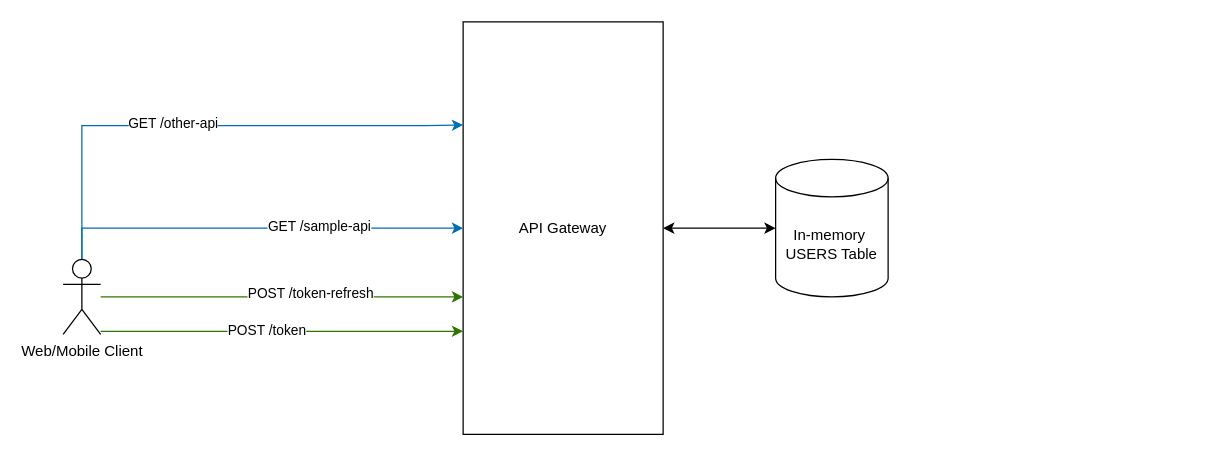
sidgawas/api-gateway keeps this draw.io diagram as page "HLD" (1 of 3) of doc/HLD.drawio. Above is the earlier version. Source tidied: cells renumbered, new cells numbered last; positions are measured from the earlier drawing's top-left corner, leaving out a move shared by most shapes. Both pictures are drawn from the tidied source at 125%, with x=0, y=0 at pixel (62, 21).
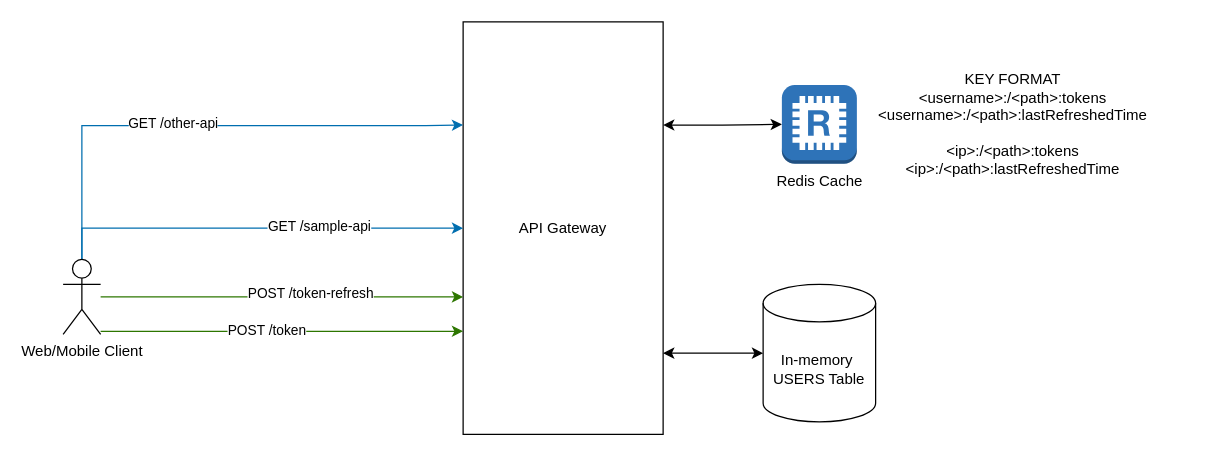
After the change.

Change to the diagram source:
```diff
@@
     <mxCell id="2" style="edgeStyle=orthogonalEdgeStyle;rounded=0;jettySize=auto;html=1;startArrow=classic;startFill=1;" parent="1" edge="1" source="3" target="13">
-      <mxGeometry relative="1" as="geometry" />
+      <mxGeometry relative="1" as="geometry">
+        <Array as="points">
+          <mxPoint x="500" y="265" />
+          <mxPoint x="500" y="265" />
+        </Array>
+      </mxGeometry>
     </mxCell>
+    <mxCell id="14" style="edgeStyle=orthogonalEdgeStyle;rounded=0;jettySize=auto;html=1;exitX=1;exitY=0.25;exitDx=0;exitDy=0;startArrow=classic;startFill=1;" parent="1" edge="1" source="3" target="15">
+      <mxGeometry relative="1" as="geometry" />
+    </mxCell>
-    <mxCell id="3" value="API Gateway" style="rounded=0;whiteSpace=wrap;html=1;" parent="1" vertex="1">
+    <mxCell id="3" value="API Gateway" style="rounded=0;whiteSpace=wrap;html=1;fillColor=none;" parent="1" vertex="1">
       <mxGeometry x="320" width="160" height="330" as="geometry" />
     </mxCell>
@@
-    <mxCell id="12" value="Web/Mobile Client" style="shape=umlActor;verticalLabelPosition=bottom;verticalAlign=top;html=1;outlineConnect=0;" parent="1" vertex="1">
+    <mxCell id="12" value="Web/Mobile Client" style="shape=umlActor;verticalLabelPosition=bottom;verticalAlign=top;html=1;outlineConnect=0;fillColor=none;" parent="1" vertex="1">
       <mxGeometry y="190" width="30" height="60" as="geometry" />
     </mxCell>
-    <mxCell id="13" value="In-memory&amp;nbsp;&lt;br&gt;USERS Table" style="shape=cylinder3;whiteSpace=wrap;html=1;boundedLbl=1;backgroundOutline=1;size=15;" parent="1" vertex="1">
-      <mxGeometry x="570" y="110" width="90" height="110" as="geometry" />
+    <mxCell id="13" value="In-memory&amp;nbsp;&lt;br&gt;USERS Table" style="shape=cylinder3;whiteSpace=wrap;html=1;boundedLbl=1;backgroundOutline=1;size=15;fillColor=none;" parent="1" vertex="1">
+      <mxGeometry x="560" y="210" width="90" height="110" as="geometry" />
     </mxCell>
+    <mxCell id="15" value="Redis Cache" style="outlineConnect=0;dashed=0;verticalLabelPosition=bottom;verticalAlign=top;align=center;html=1;shape=mxgraph.aws3.redis;fillColor=#2E73B8;gradientColor=none;" parent="1" vertex="1">
+      <mxGeometry x="575" y="50.5" width="60" height="63" as="geometry" />
+    </mxCell>
+    <mxCell id="16" value="KEY FORMAT&lt;br&gt;&amp;lt;username&amp;gt;:/&amp;lt;path&amp;gt;:tokens&lt;br&gt;&amp;lt;username&amp;gt;:/&amp;lt;path&amp;gt;:lastRefreshedTime&lt;br&gt;&lt;br&gt;&amp;lt;ip&amp;gt;:/&amp;lt;path&amp;gt;:tokens&lt;br&gt;&amp;lt;ip&amp;gt;:/&amp;lt;path&amp;gt;:lastRefreshedTime" style="text;html=1;align=center;verticalAlign=middle;whiteSpace=wrap;rounded=0;" parent="1" vertex="1">
+      <mxGeometry x="620" y="28.8" width="280" height="106.5" as="geometry" />
+    </mxCell>
```
